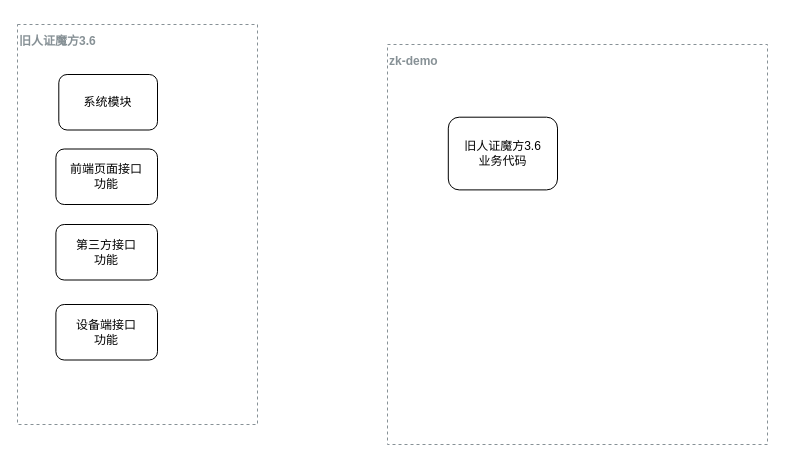
chwnjianhui/draw.io keeps this draw.io diagram as 人证魔方3.6和zk-demo整合.drawio. Above is the earlier version. Source tidied: cells renumbered, new cells numbered last; positions are measured from the earlier drawing's top-left corner, leaving out a move shared by most shapes. Both pictures are drawn from the tidied source at 100%, with x=0, y=0 at pixel (17, 24).
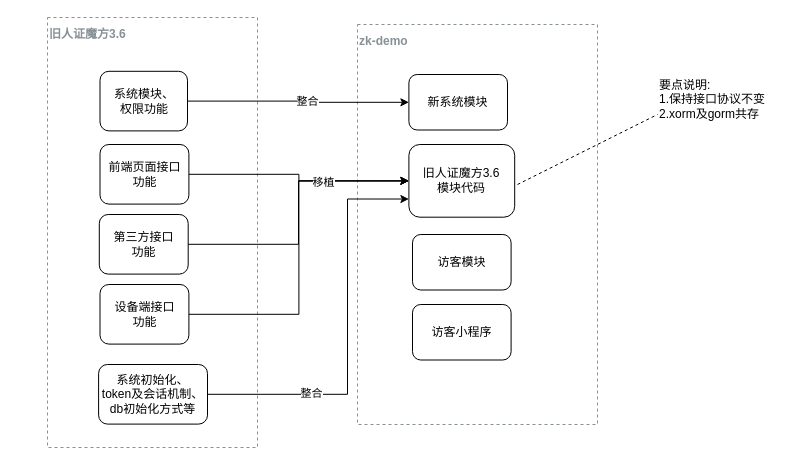
The same page after the edit.

Commit message:
更新人证魔方3.6和zk-demo整合.drawio

Change to the diagram source:
```diff
@@
-    <mxCell id="2" style="group;" parent="1" vertex="1">
-      <mxGeometry x="370" y="20" width="380" height="400" as="geometry" />
+    <mxCell id="2" style="group;labelBorderColor=#000000;" parent="1" vertex="1">
+      <mxGeometry x="340" width="240" height="400" as="geometry" />
     </mxCell>
     <mxCell id="3" value="zk-demo" style="gradientColor=none;html=1;whiteSpace=wrap;fontSize=12;fontStyle=1;strokeColor=#879196;fillColor=none;verticalAlign=top;align=left;fontColor=#879196;dashed=1;spacingTop=3;labelBorderColor=none;" parent="2" vertex="1">
-      <mxGeometry width="380" height="400" as="geometry" />
+      <mxGeometry width="240" height="400" as="geometry" />
     </mxCell>
-    <mxCell id="4" value="旧人证魔方3.6&lt;br&gt;业务代码" style="rounded=1;whiteSpace=wrap;html=1;" parent="2" vertex="1">
-      <mxGeometry x="60.8" y="72.7" width="109.2" height="72.7" as="geometry" />
+    <mxCell id="4" value="旧人证魔方3.6&lt;br&gt;模块代码" style="rounded=1;whiteSpace=wrap;html=1;" parent="2" vertex="1">
+      <mxGeometry x="51.4" y="120" width="105.8" height="72.7" as="geometry" />
     </mxCell>
+    <mxCell id="11" value="新系统模块" style="rounded=1;whiteSpace=wrap;html=1;" parent="2" vertex="1">
+      <mxGeometry x="51.4" y="50" width="98.6" height="55.5" as="geometry" />
+    </mxCell>
+    <mxCell id="12" style="endArrow=none;dashed=1;html=1;rounded=0;entryX=0;entryY=1;entryDx=0;entryDy=0;" parent="2" edge="1" target="22">
+      <mxGeometry relative="1" as="geometry">
+        <mxPoint x="160" y="160" as="sourcePoint" />
+      </mxGeometry>
+    </mxCell>
+    <mxCell id="13" value="访客模块" style="rounded=1;whiteSpace=wrap;html=1;" parent="2" vertex="1">
+      <mxGeometry x="55" y="210" width="98.6" height="55.5" as="geometry" />
+    </mxCell>
+    <mxCell id="14" value="访客小程序" style="rounded=1;whiteSpace=wrap;html=1;" parent="2" vertex="1">
+      <mxGeometry x="55" y="280" width="98.6" height="55.5" as="geometry" />
+    </mxCell>
-    <mxCell id="5" style="group;" parent="1" vertex="1">
-      <mxGeometry width="240" height="400" as="geometry" />
+    <mxCell id="5" style="group;align=left;fontStyle=1;labelBorderColor=default;" parent="1" vertex="1">
+      <mxGeometry x="30" y="-7" width="210" height="430" as="geometry" />
     </mxCell>
     <mxCell id="6" value="旧人证魔方3.6" style="gradientColor=none;html=1;whiteSpace=wrap;fontSize=12;fontStyle=1;strokeColor=#879196;fillColor=none;verticalAlign=top;align=left;fontColor=#879196;dashed=1;spacingTop=3;labelBorderColor=none;" parent="5" vertex="1">
-      <mxGeometry width="240" height="400" as="geometry" />
+      <mxGeometry width="210" height="430" as="geometry" />
     </mxCell>
-    <mxCell id="7" value="系统模块" style="rounded=1;whiteSpace=wrap;html=1;" parent="5" vertex="1">
-      <mxGeometry x="41.3" y="50" width="98.7" height="55.5" as="geometry" />
+    <mxCell id="7" value="系统模块、&lt;br&gt;权限功能" style="rounded=1;whiteSpace=wrap;html=1;" parent="5" vertex="1">
+      <mxGeometry x="52.5" y="53.8" width="87.5" height="59.6" as="geometry" />
     </mxCell>
     <mxCell id="8" value="第三方接口&lt;br&gt;功能" style="rounded=1;whiteSpace=wrap;html=1;" parent="5" vertex="1">
-      <mxGeometry x="38.4" y="200" width="101.6" height="55.5" as="geometry" />
+      <mxGeometry x="51.8" y="197" width="88.9" height="59.6" as="geometry" />
     </mxCell>
     <mxCell id="9" value="设备端接口&lt;br&gt;功能" style="rounded=1;whiteSpace=wrap;html=1;" parent="5" vertex="1">
-      <mxGeometry x="38.4" y="280" width="101.6" height="55.5" as="geometry" />
+      <mxGeometry x="52.5" y="267" width="88.9" height="59.6" as="geometry" />
     </mxCell>
     <mxCell id="10" value="前端页面接口&lt;br&gt;功能" style="rounded=1;whiteSpace=wrap;html=1;" parent="5" vertex="1">
-      <mxGeometry x="38.4" y="124.5" width="101.6" height="55.5" as="geometry" />
+      <mxGeometry x="52.5" y="127" width="88.9" height="59.6" as="geometry" />
     </mxCell>
+    <mxCell id="15" value="系统初始化、&lt;br&gt;token及会话机制、&lt;br&gt;db初始化方式等" style="rounded=1;whiteSpace=wrap;html=1;" parent="5" vertex="1">
+      <mxGeometry x="51.1" y="347" width="108.9" height="59.6" as="geometry" />
+    </mxCell>
+    <mxCell id="16" style="edgeStyle=orthogonalEdgeStyle;rounded=0;jettySize=auto;html=1;exitX=1;exitY=0.5;exitDx=0;exitDy=0;" parent="1" edge="1" source="7" target="11">
+      <mxGeometry relative="1" as="geometry" />
+    </mxCell>
+    <mxCell id="17" value="整合" style="edgeLabel;html=1;align=center;verticalAlign=middle;" parent="16" vertex="1">
+      <mxGeometry x="0.09" y="1" relative="1" as="geometry" />
+    </mxCell>
+    <mxCell id="18" style="edgeStyle=orthogonalEdgeStyle;rounded=0;jettySize=auto;html=1;exitX=1;exitY=0.5;exitDx=0;exitDy=0;" parent="1" edge="1" source="10" target="4">
+      <mxGeometry relative="1" as="geometry" />
+    </mxCell>
+    <mxCell id="19" style="edgeStyle=orthogonalEdgeStyle;rounded=0;jettySize=auto;html=1;exitX=1;exitY=0.5;exitDx=0;exitDy=0;" parent="1" edge="1" source="8" target="4">
+      <mxGeometry relative="1" as="geometry" />
+    </mxCell>
+    <mxCell id="20" style="edgeStyle=orthogonalEdgeStyle;rounded=0;jettySize=auto;html=1;exitX=1;exitY=0.5;exitDx=0;exitDy=0;entryX=0;entryY=0.5;entryDx=0;entryDy=0;" parent="1" edge="1" source="9" target="4">
+      <mxGeometry relative="1" as="geometry" />
+    </mxCell>
+    <mxCell id="21" value="移植" style="edgeLabel;html=1;align=center;verticalAlign=middle;" parent="20" vertex="1">
+      <mxGeometry x="0.51" y="-1" relative="1" as="geometry" />
+    </mxCell>
+    <mxCell id="22" value="要点说明:&lt;br&gt;1.保持接口协议不变&lt;br&gt;2.xorm及gorm共存" style="text;html=1;strokeColor=none;fillColor=none;align=left;verticalAlign=middle;whiteSpace=wrap;rounded=0;" parent="1" vertex="1">
+      <mxGeometry x="640" y="60" width="110" height="30" as="geometry" />
+    </mxCell>
+    <mxCell id="23" style="edgeStyle=orthogonalEdgeStyle;rounded=0;jettySize=auto;html=1;exitX=1;exitY=0.5;exitDx=0;exitDy=0;entryX=0;entryY=0.75;entryDx=0;entryDy=0;" parent="1" edge="1" source="15" target="4">
+      <mxGeometry relative="1" as="geometry">
+        <Array as="points">
+          <mxPoint x="330" y="370" />
+          <mxPoint x="330" y="175" />
+        </Array>
+      </mxGeometry>
+    </mxCell>
+    <mxCell id="24" value="整合" style="edgeLabel;html=1;align=center;verticalAlign=middle;" parent="23" vertex="1">
+      <mxGeometry x="-0.48" y="1" relative="1" as="geometry" />
+    </mxCell>
```
